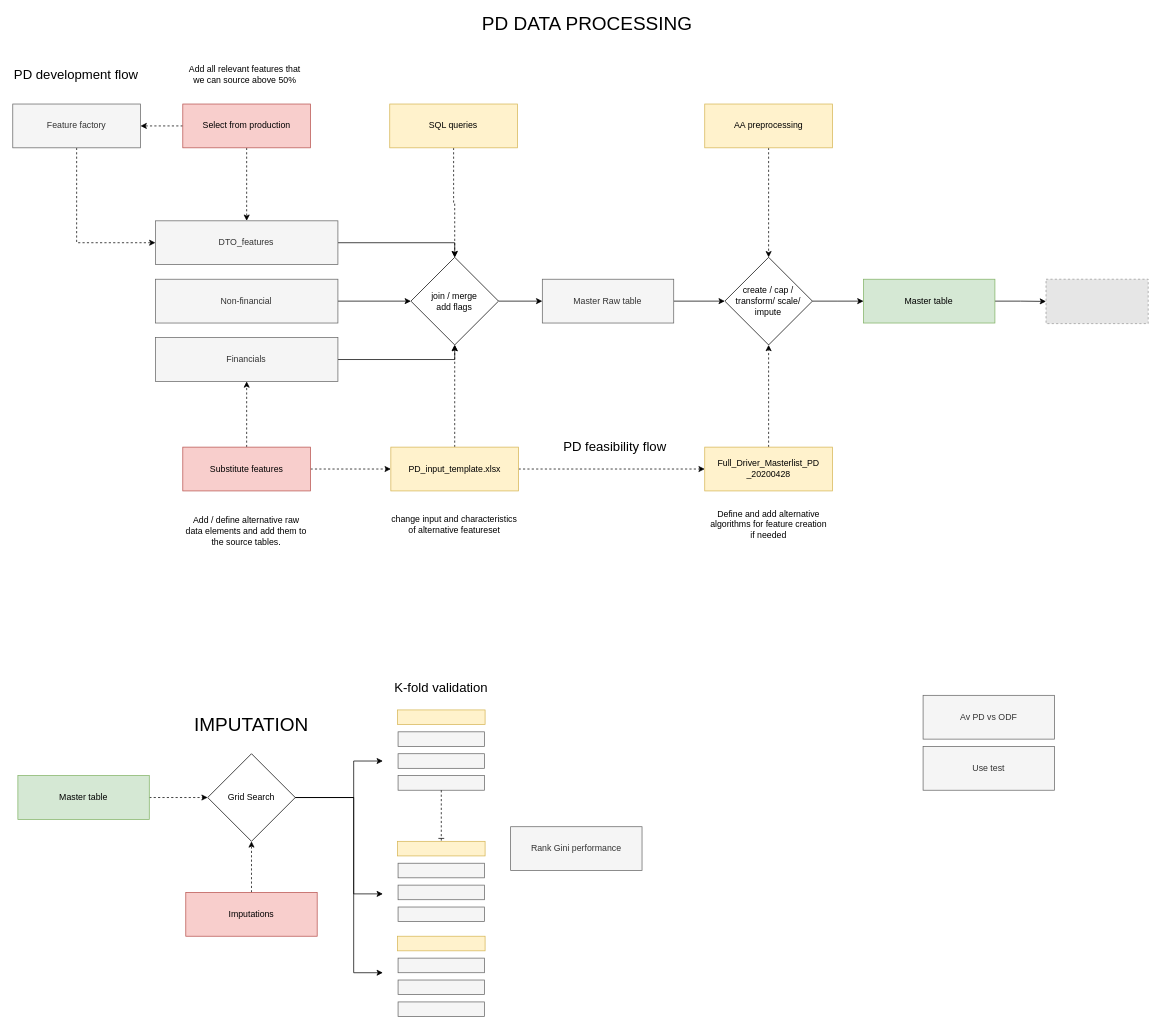
The draw.io diagram capital_feasibility_flow.drawio in mhux2000/100-pandas-puzzles, before the edit. Source tidied: cells renumbered, new cells numbered last; positions are measured from the earlier drawing's top-left corner, leaving out a move shared by most shapes. Both pictures are drawn from the tidied source at 73%, with x=0, y=0 at pixel (12, 16). Pictures stored in the file or linked from it are replaced by grey dashed boxes.
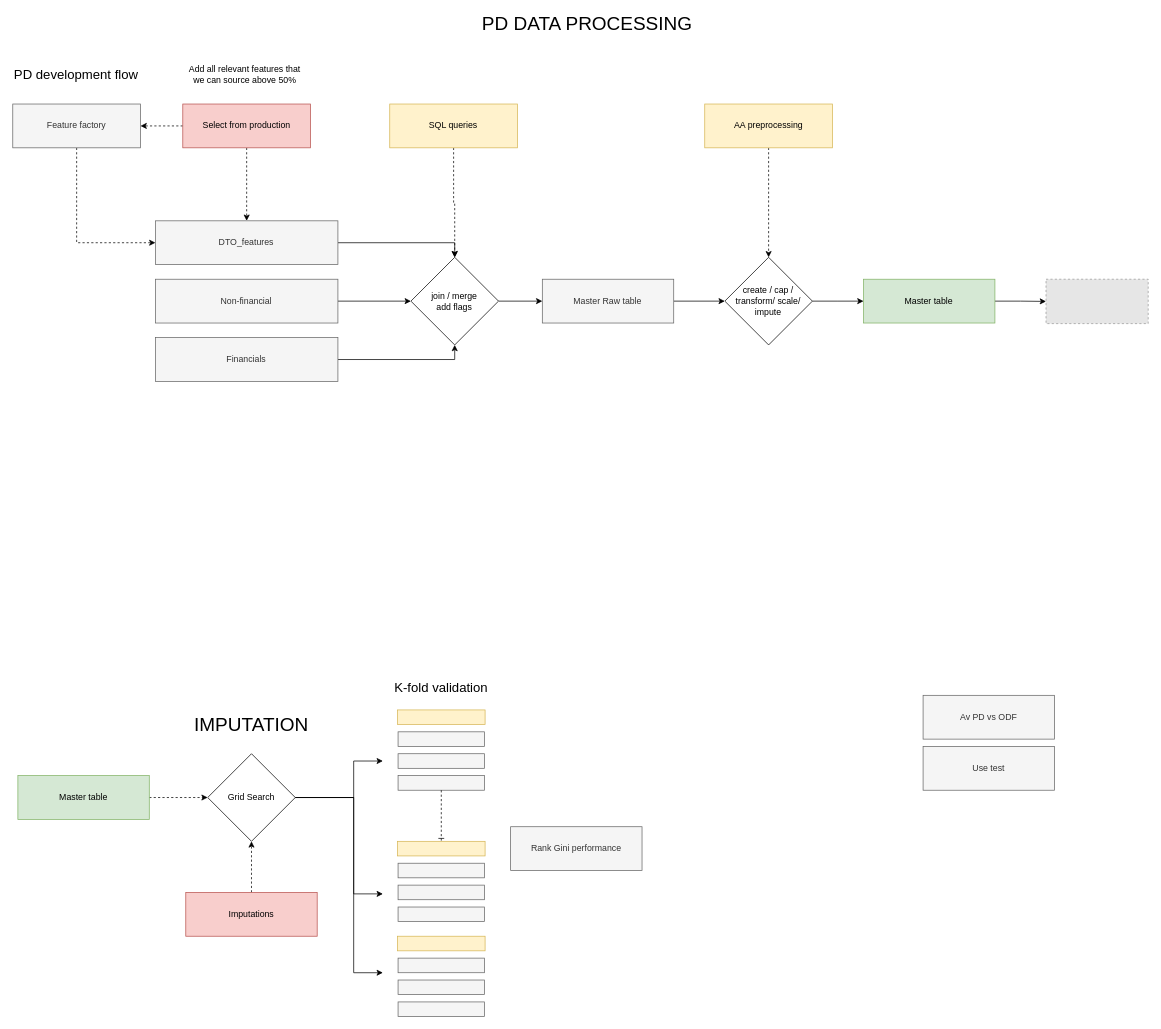
Above is the later version.

The change refers to these unchanged cells:
```xml
<mxCell id="5" value="join / merge&lt;br&gt;add flags" style="rhombus;whiteSpace=wrap;html=1;" parent="1" vertex="1">
  <mxGeometry x="545.4" y="330" width="120" height="120" as="geometry" />
</mxCell>
<mxCell id="11" value="&lt;div style=&quot;box-sizing: border-box&quot;&gt;&lt;font style=&quot;font-size: 12px&quot;&gt;Financials&lt;/font&gt;&lt;/div&gt;" style="rounded=0;whiteSpace=wrap;html=1;fillColor=#f5f5f5;strokeColor=#666666;fontColor=#333333;" parent="1" vertex="1">
  <mxGeometry x="195.4" y="440" width="250" height="60" as="geometry" />
</mxCell>
<mxCell id="23" value="create / cap / transform/ scale/ impute" style="rhombus;whiteSpace=wrap;html=1;" parent="1" vertex="1">
  <mxGeometry x="975.4" y="330" width="120" height="120" as="geometry" />
</mxCell>
```

What changed in the source:
```diff
@@
-    <mxCell id="12" style="edgeStyle=orthogonalEdgeStyle;rounded=0;jettySize=auto;html=1;exitX=0.5;exitY=0;exitDx=0;exitDy=0;dashed=1;entryX=0.5;entryY=1;entryDx=0;entryDy=0;" parent="1" edge="1" source="14" target="5">
-      <mxGeometry relative="1" as="geometry" />
-    </mxCell>
-    <mxCell id="13" style="edgeStyle=orthogonalEdgeStyle;rounded=0;jettySize=auto;html=1;exitX=1;exitY=0.5;exitDx=0;exitDy=0;entryX=0;entryY=0.5;entryDx=0;entryDy=0;dashed=1;" parent="1" edge="1" source="14" target="19">
-      <mxGeometry relative="1" as="geometry" />
-    </mxCell>
-    <mxCell id="14" value="PD_input_template.xlsx" style="rounded=0;whiteSpace=wrap;html=1;fillColor=#fff2cc;strokeColor=#d6b656;" parent="1" vertex="1">
-      <mxGeometry x="517.9" y="590" width="175" height="60" as="geometry" />
-    </mxCell>
-    <mxCell id="15" style="edgeStyle=orthogonalEdgeStyle;rounded=0;jettySize=auto;html=1;exitX=0.5;exitY=0;exitDx=0;exitDy=0;dashed=1;entryX=0.5;entryY=1;entryDx=0;entryDy=0;" parent="1" edge="1" source="17" target="11">
-      <mxGeometry relative="1" as="geometry" />
-    </mxCell>
-    <mxCell id="16" style="edgeStyle=orthogonalEdgeStyle;rounded=0;jettySize=auto;html=1;exitX=1;exitY=0.5;exitDx=0;exitDy=0;dashed=1;entryX=0;entryY=0.5;entryDx=0;entryDy=0;" parent="1" edge="1" source="17" target="14">
-      <mxGeometry relative="1" as="geometry" />
-    </mxCell>
-    <mxCell id="17" value="Substitute features" style="rounded=0;whiteSpace=wrap;html=1;fillColor=#f8cecc;strokeColor=#b85450;" parent="1" vertex="1">
-      <mxGeometry x="232.9" y="590" width="175" height="60" as="geometry" />
-    </mxCell>
-    <mxCell id="18" style="edgeStyle=orthogonalEdgeStyle;rounded=0;jettySize=auto;html=1;exitX=0.5;exitY=0;exitDx=0;exitDy=0;dashed=1;entryX=0.5;entryY=1;entryDx=0;entryDy=0;" parent="1" edge="1" source="19" target="23">
-      <mxGeometry relative="1" as="geometry" />
-    </mxCell>
-    <mxCell id="19" value="Full_Driver_Masterlist_PD&lt;br&gt;_20200428" style="rounded=0;whiteSpace=wrap;html=1;fillColor=#fff2cc;strokeColor=#d6b656;" parent="1" vertex="1">
-      <mxGeometry x="947.9" y="590" width="175" height="60" as="geometry" />
-    </mxCell>
-    <mxCell id="20" value="change input and characteristics of alternative featureset" style="text;html=1;strokeColor=none;fillColor=none;align=center;verticalAlign=middle;whiteSpace=wrap;rounded=0;" parent="1" vertex="1">
-      <mxGeometry x="515.4" y="661.2" width="180" height="70" as="geometry" />
-    </mxCell>
-    <mxCell id="21" value="Define and add alternative algorithms for feature creation&lt;br&gt;if needed" style="text;html=1;strokeColor=none;fillColor=none;align=center;verticalAlign=middle;whiteSpace=wrap;rounded=0;" parent="1" vertex="1">
-      <mxGeometry x="947.9" y="650" width="175" height="92.5" as="geometry" />
-    </mxCell>
@@
-    <mxCell id="27" value="Add / define alternative raw data elements and add them to the source tables." style="text;html=1;strokeColor=none;fillColor=none;align=center;verticalAlign=middle;whiteSpace=wrap;rounded=0;" parent="1" vertex="1">
-      <mxGeometry x="235.4" y="660" width="170" height="90" as="geometry" />
-    </mxCell>
@@
-    <mxCell id="30" value="&lt;font style=&quot;font-size: 18px;&quot;&gt;PD feasibility flow&lt;/font&gt;" style="text;html=1;strokeColor=none;fillColor=none;align=center;verticalAlign=middle;whiteSpace=wrap;rounded=0;fontSize=18;" parent="1" vertex="1">
-      <mxGeometry x="550.4" y="580" width="550" height="20" as="geometry" />
-    </mxCell>
```
